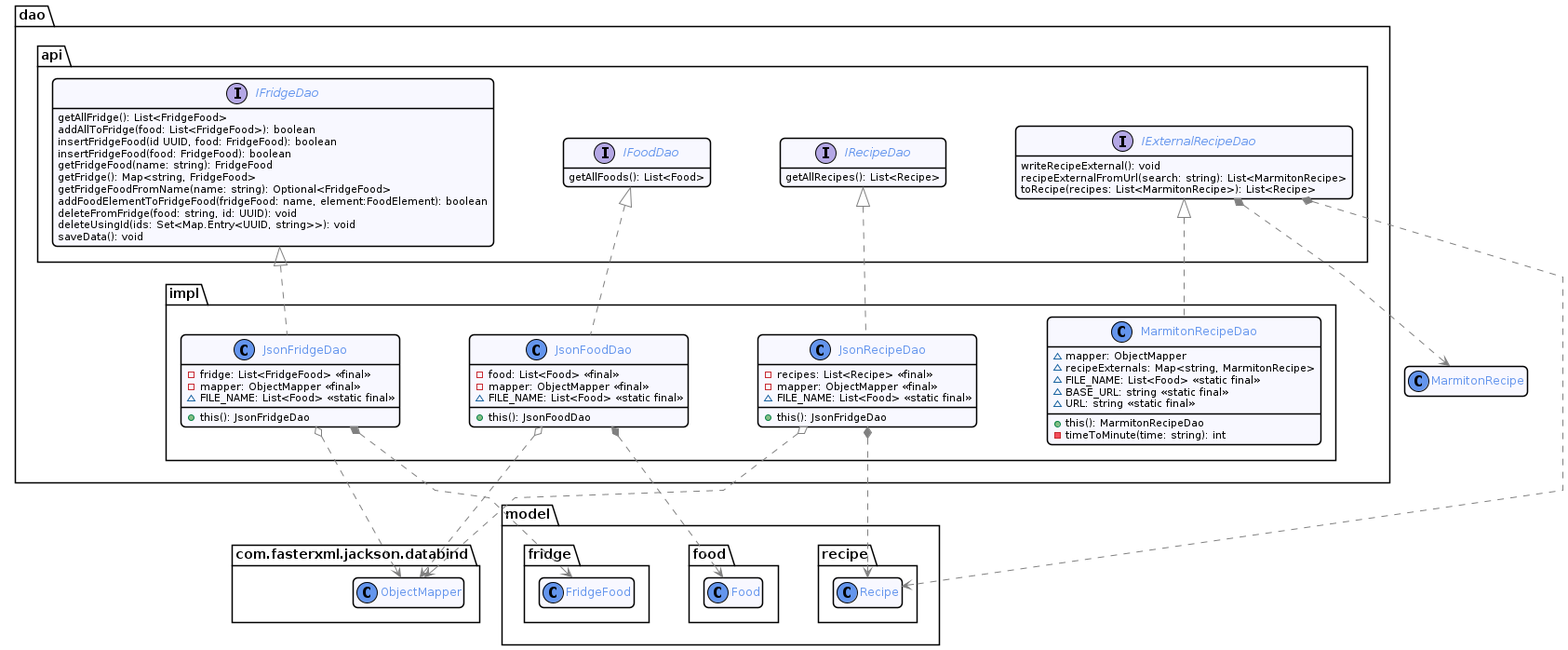
The PlantUML diagram docs/diagram/out/dao.png in romainvacheret/wadge-backend, before a commit.
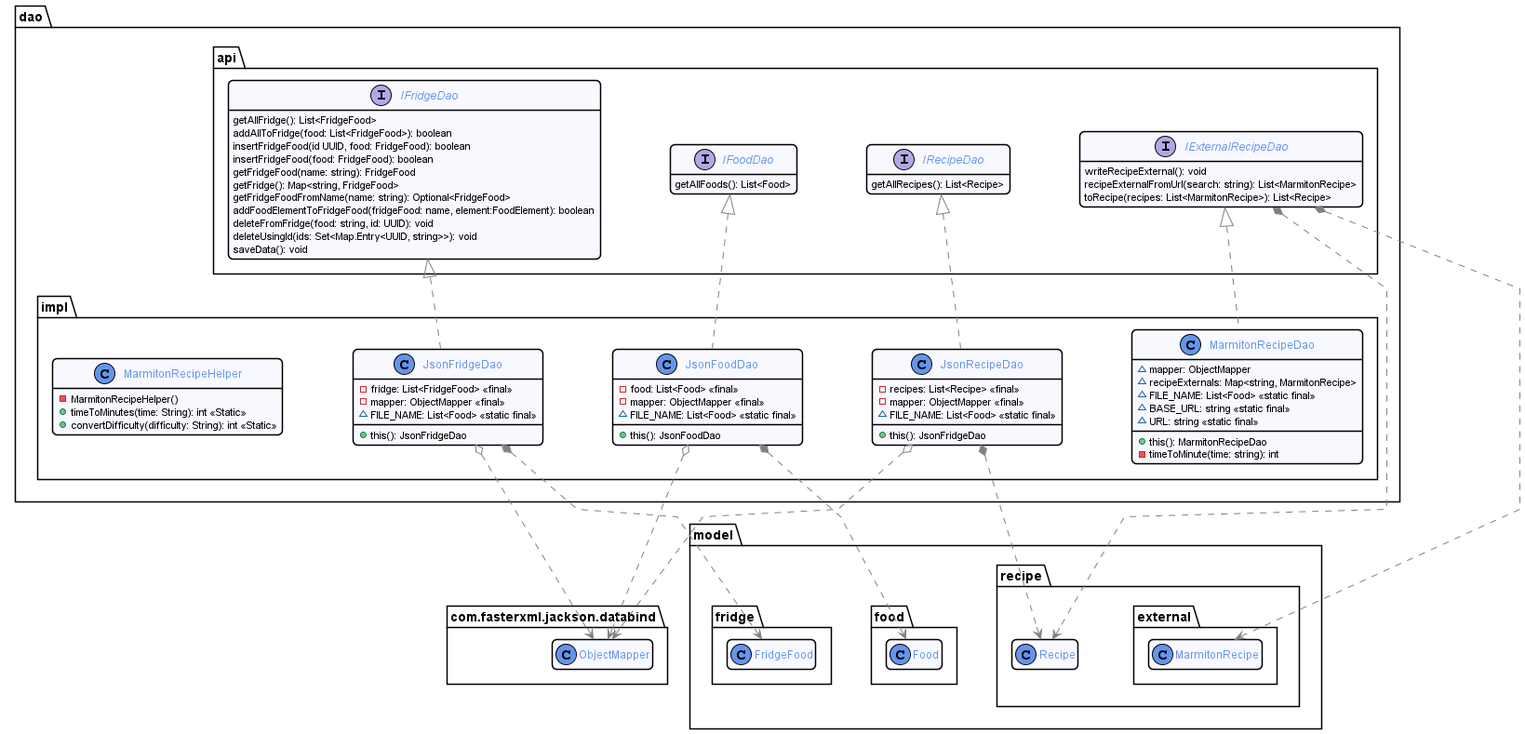
After the change.

What changed in the source:
```diff
@@ -16,6 +16,9 @@
 
     package recipe {
         class Recipe {}
+        package external{
+            class MarmitonRecipe{}
+        }
     }
 }
 
@@ -81,6 +84,11 @@
             + this(): MarmitonRecipeDao
             - timeToMinute(time: string): int
         }
+        class MarmitonRecipeHelper{
+            - MarmitonRecipeHelper()
+            + timeToMinutes(time: String): int <<Static>>
+            + convertDifficulty(difficulty: String): int <<Static>>
+        }
     }
 }
 
```
